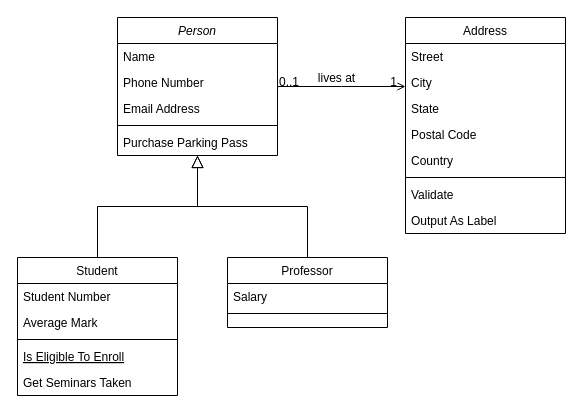
The draw.io diagram Untitled Diagram.drawio in thelibrariann/assesment-app, before the edit. Source tidied: cells renumbered, new cells numbered last; positions are measured from the earlier drawing's top-left corner, leaving out a move shared by most shapes. Both pictures are drawn from the tidied source at 100%, with x=0, y=0 at pixel (17, 17).
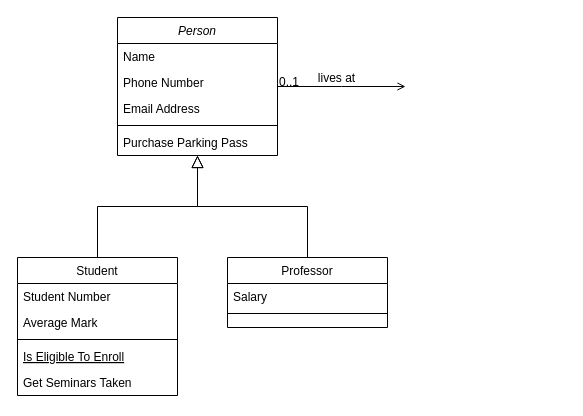
The same page after the edit.

Unchanged cells that the change refers to:
```xml
<mxCell id="2" value="Person" style="swimlane;fontStyle=2;align=center;verticalAlign=top;horizontal=1;startSize=26;rounded=0;shadow=0;strokeWidth=1;" parent="1" vertex="1">
  <mxGeometry x="100" width="160" height="138" as="geometry" />
</mxCell>
```

The edit, as a diff of the source:
```diff
@@
-    <mxCell id="19" value="Address" style="swimlane;fontStyle=0;align=center;verticalAlign=top;horizontal=1;startSize=26;rounded=0;shadow=0;strokeWidth=1;" parent="1" vertex="1">
-      <mxGeometry x="388" width="160" height="216" as="geometry" />
-    </mxCell>
-    <mxCell id="20" value="Street" style="text;align=left;verticalAlign=top;spacingLeft=4;spacingRight=4;overflow=hidden;" parent="19" vertex="1">
-      <mxGeometry y="26" width="160" height="26" as="geometry" />
-    </mxCell>
-    <mxCell id="21" value="City" style="text;align=left;verticalAlign=top;spacingLeft=4;spacingRight=4;overflow=hidden;rounded=0;shadow=0;html=0;" parent="19" vertex="1">
-      <mxGeometry y="52" width="160" height="26" as="geometry" />
-    </mxCell>
-    <mxCell id="22" value="State" style="text;align=left;verticalAlign=top;spacingLeft=4;spacingRight=4;overflow=hidden;rounded=0;shadow=0;html=0;" parent="19" vertex="1">
-      <mxGeometry y="78" width="160" height="26" as="geometry" />
-    </mxCell>
-    <mxCell id="23" value="Postal Code" style="text;align=left;verticalAlign=top;spacingLeft=4;spacingRight=4;overflow=hidden;rounded=0;shadow=0;html=0;" parent="19" vertex="1">
-      <mxGeometry y="104" width="160" height="26" as="geometry" />
-    </mxCell>
-    <mxCell id="24" value="Country" style="text;align=left;verticalAlign=top;spacingLeft=4;spacingRight=4;overflow=hidden;rounded=0;shadow=0;html=0;" parent="19" vertex="1">
-      <mxGeometry y="130" width="160" height="26" as="geometry" />
-    </mxCell>
-    <mxCell id="25" style="line;html=1;strokeWidth=1;align=left;verticalAlign=middle;spacingTop=-1;spacingLeft=3;spacingRight=3;labelPosition=right;" parent="19" vertex="1">
-      <mxGeometry y="156" width="160" height="8" as="geometry" />
-    </mxCell>
-    <mxCell id="26" value="Validate" style="text;align=left;verticalAlign=top;spacingLeft=4;spacingRight=4;overflow=hidden;" parent="19" vertex="1">
-      <mxGeometry y="164" width="160" height="26" as="geometry" />
-    </mxCell>
-    <mxCell id="27" value="Output As Label" style="text;align=left;verticalAlign=top;spacingLeft=4;spacingRight=4;overflow=hidden;" parent="19" vertex="1">
-      <mxGeometry y="190" width="160" height="26" as="geometry" />
-    </mxCell>
-    <mxCell id="28" style="endArrow=open;shadow=0;strokeWidth=1;rounded=0;endFill=1;edgeStyle=elbowEdgeStyle;elbow=vertical;" parent="1" edge="1" source="2" target="19">
+    <mxCell id="28" style="endArrow=open;shadow=0;strokeWidth=1;rounded=0;endFill=1;edgeStyle=elbowEdgeStyle;elbow=vertical;" parent="1" edge="1" source="2">
       <mxGeometry x="0.5" y="41" relative="1" as="geometry">
+        <mxPoint x="388" y="69" as="targetPoint" />
         <mxPoint x="-40" y="32" as="offset" />
       </mxGeometry>
     </mxCell>
@@
-    <mxCell id="30" value="1" style="align=right;verticalAlign=bottom;labelBackgroundColor=none;fontSize=12;" parent="28" vertex="1">
-      <mxGeometry x="1" relative="1" as="geometry">
-        <mxPoint x="-7" y="4" as="offset" />
-      </mxGeometry>
-    </mxCell>
```
